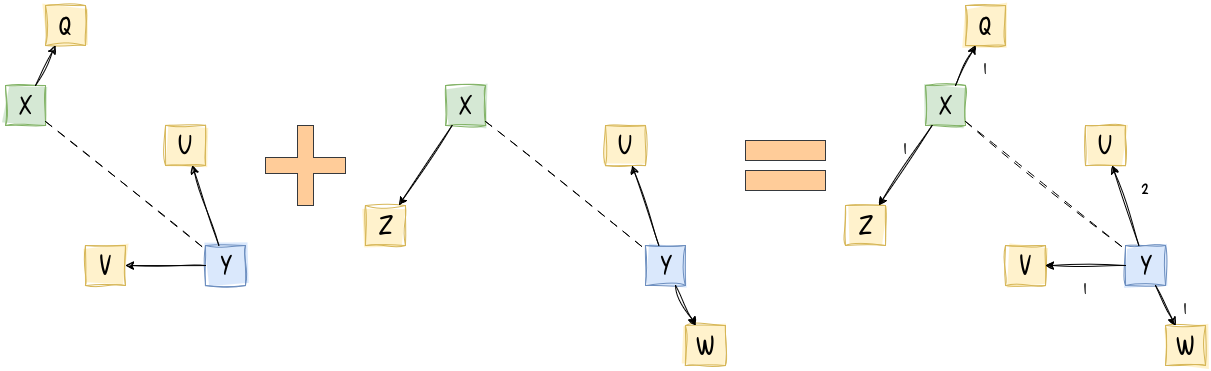
Before: docs/figures/visitation_network_ao_eq.drawio.png, a diagram exported from draw.io (ANETILab/wp7_data_processing). Source tidied: cells renumbered, new cells last; positions are measured from the earlier drawing's top-left corner, leaving out a move shared by most shapes.
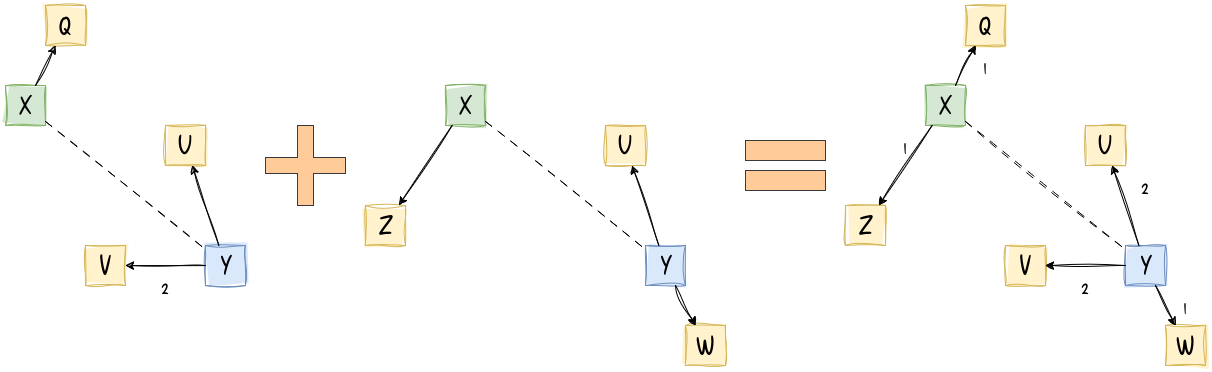
Above is the later version.

Commit message:
Use the Aino-Otso example in the whole visitation network section GH-16

The edit, as a diff of the source:
```diff
@@ -53,7 +53,7 @@
     <mxCell id="18" value="1" style="text;html=1;whiteSpace=wrap;strokeColor=none;fillColor=none;align=center;verticalAlign=middle;rounded=0;fontFamily=Delicious Handrawn;fontSource=https%3A%2F%2Ffonts.googleapis.com%2Fcss%3Ffamily%3DDelicious%2BHandrawn;fontSize=20;" parent="1" vertex="1">
       <mxGeometry x="960" y="40" width="40" height="40" as="geometry" />
     </mxCell>
-    <mxCell id="19" value="1" style="text;html=1;whiteSpace=wrap;strokeColor=none;fillColor=none;align=center;verticalAlign=middle;rounded=0;fontFamily=Delicious Handrawn;fontSource=https%3A%2F%2Ffonts.googleapis.com%2Fcss%3Ffamily%3DDelicious%2BHandrawn;fontSize=20;" parent="1" vertex="1">
+    <mxCell id="19" value="2" style="text;html=1;whiteSpace=wrap;strokeColor=none;fillColor=none;align=center;verticalAlign=middle;rounded=0;fontFamily=Delicious Handrawn;fontSource=https%3A%2F%2Ffonts.googleapis.com%2Fcss%3Ffamily%3DDelicious%2BHandrawn;fontSize=20;" parent="1" vertex="1">
       <mxGeometry x="1060" y="260" width="40" height="40" as="geometry" />
     </mxCell>
     <mxCell id="20" value="X" style="whiteSpace=wrap;html=1;sketch=1;curveFitting=1;jiggle=2;fontSize=24;fontFamily=Delicious Handrawn;fontSource=https%3A%2F%2Ffonts.googleapis.com%2Fcss%3Ffamily%3DDelicious%2BHandrawn;fillColor=#d5e8d4;strokeColor=#82b366;fillStyle=solid;" parent="1" vertex="1">
@@ -119,5 +119,8 @@
     <mxCell id="40" style="rounded=0;whiteSpace=wrap;html=1;fillColor=#ffcc99;strokeColor=#36393d;" parent="1" vertex="1">
       <mxGeometry x="740" y="165" width="80" height="20" as="geometry" />
     </mxCell>
+    <mxCell id="41" value="2" style="text;html=1;whiteSpace=wrap;strokeColor=none;fillColor=none;align=center;verticalAlign=middle;rounded=0;fontFamily=Delicious Handrawn;fontSource=https%3A%2F%2Ffonts.googleapis.com%2Fcss%3Ffamily%3DDelicious%2BHandrawn;fontSize=20;" parent="1" vertex="1">
+      <mxGeometry x="140" y="260" width="40" height="40" as="geometry" />
+    </mxCell>
   </root>
 </mxGraphModel>
```
